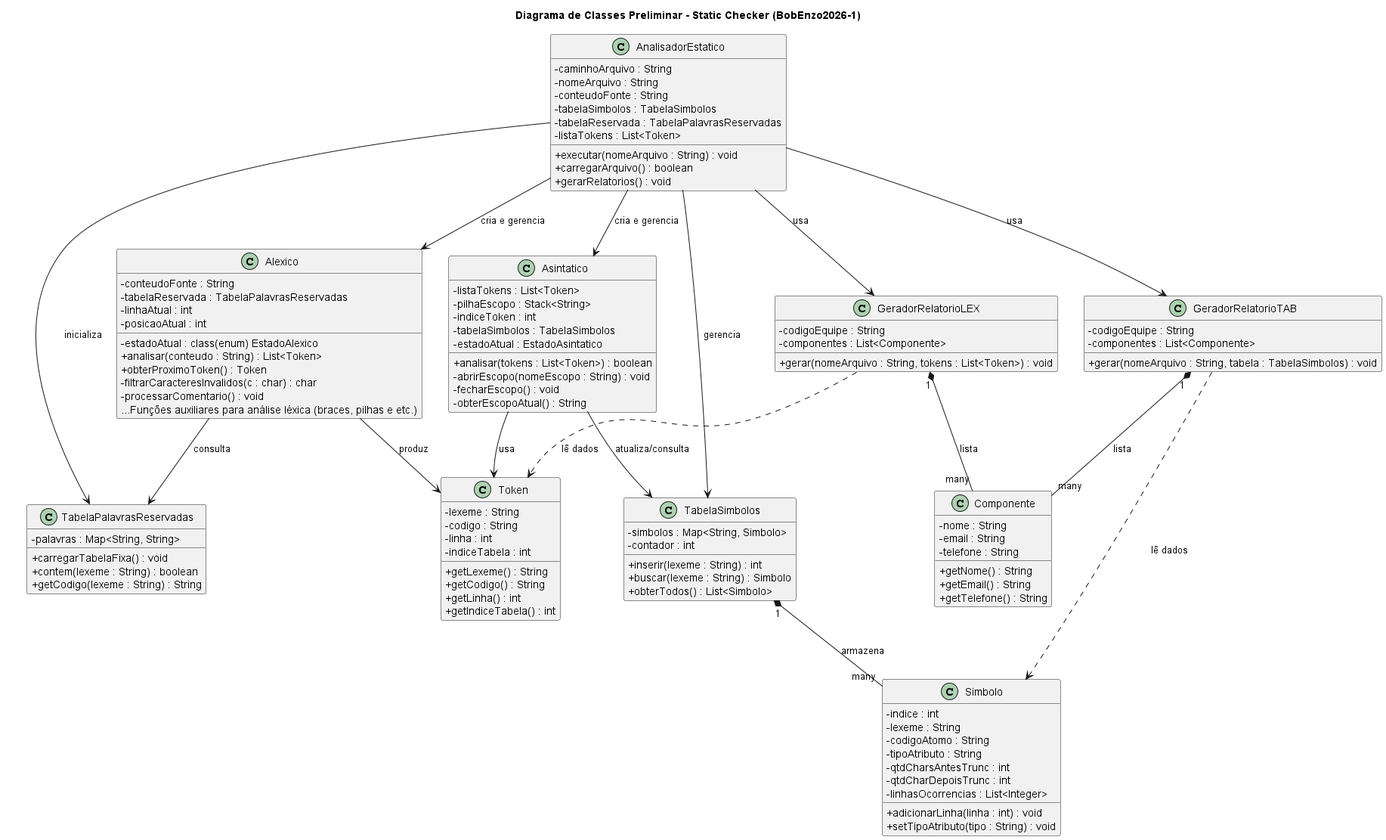
Before: Docs/UML-Diagrams/ClassDigram/ClassDigram.png, a diagram exported from PlantUML (Rickdebarro/Static-Checker-BobEnzo).
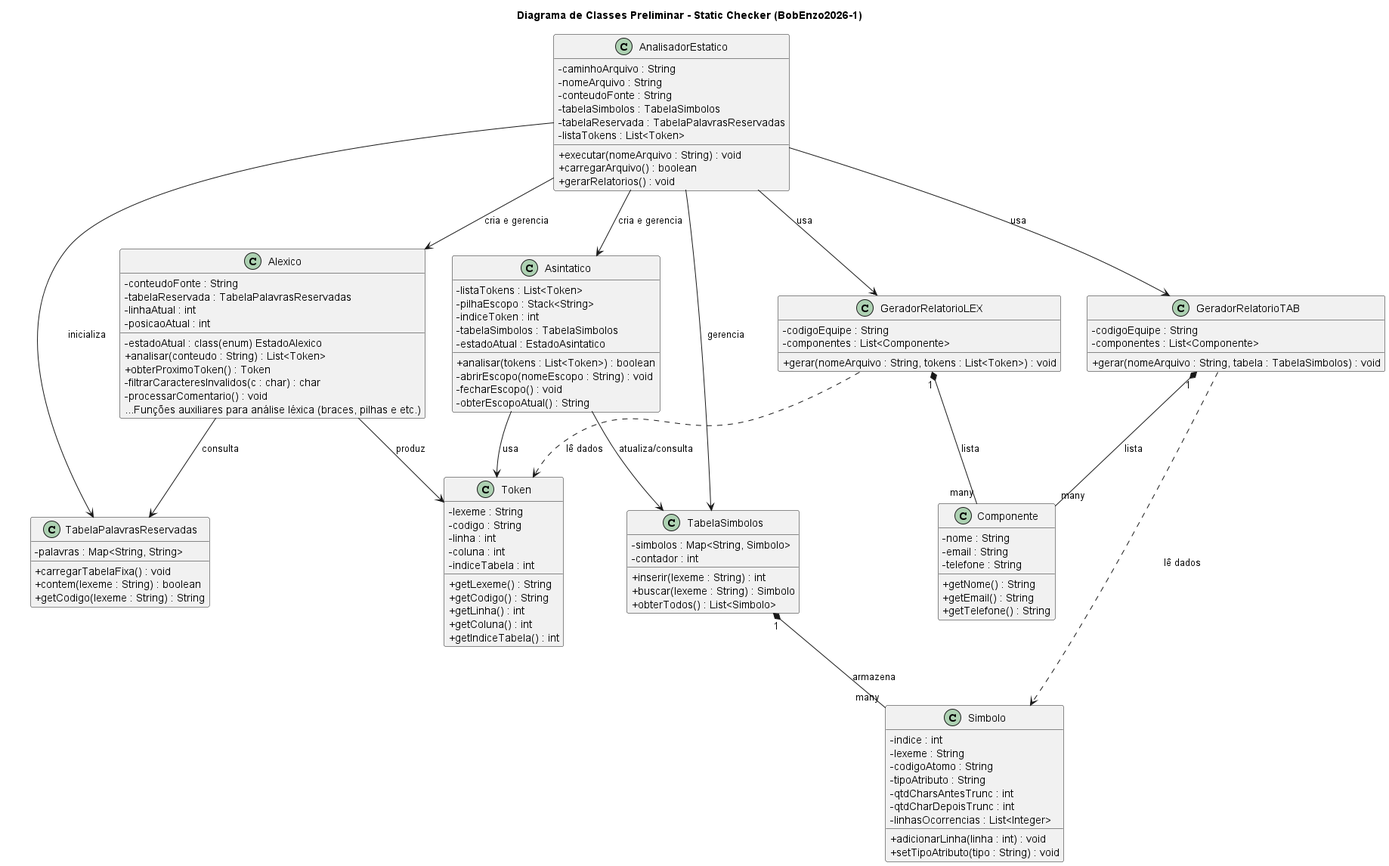
The same diagram one commit later.

Commit message:
token class definition

Change to the diagram source:
```diff
@@ -46,10 +46,12 @@
     - lexeme : String
     - codigo : String
     - linha : int
+    -coluna : int
     - indiceTabela : int
     + getLexeme() : String
     + getCodigo() : String
     + getLinha() : int
+    + getColuna() : int
     + getIndiceTabela() : int
 }
 
```
